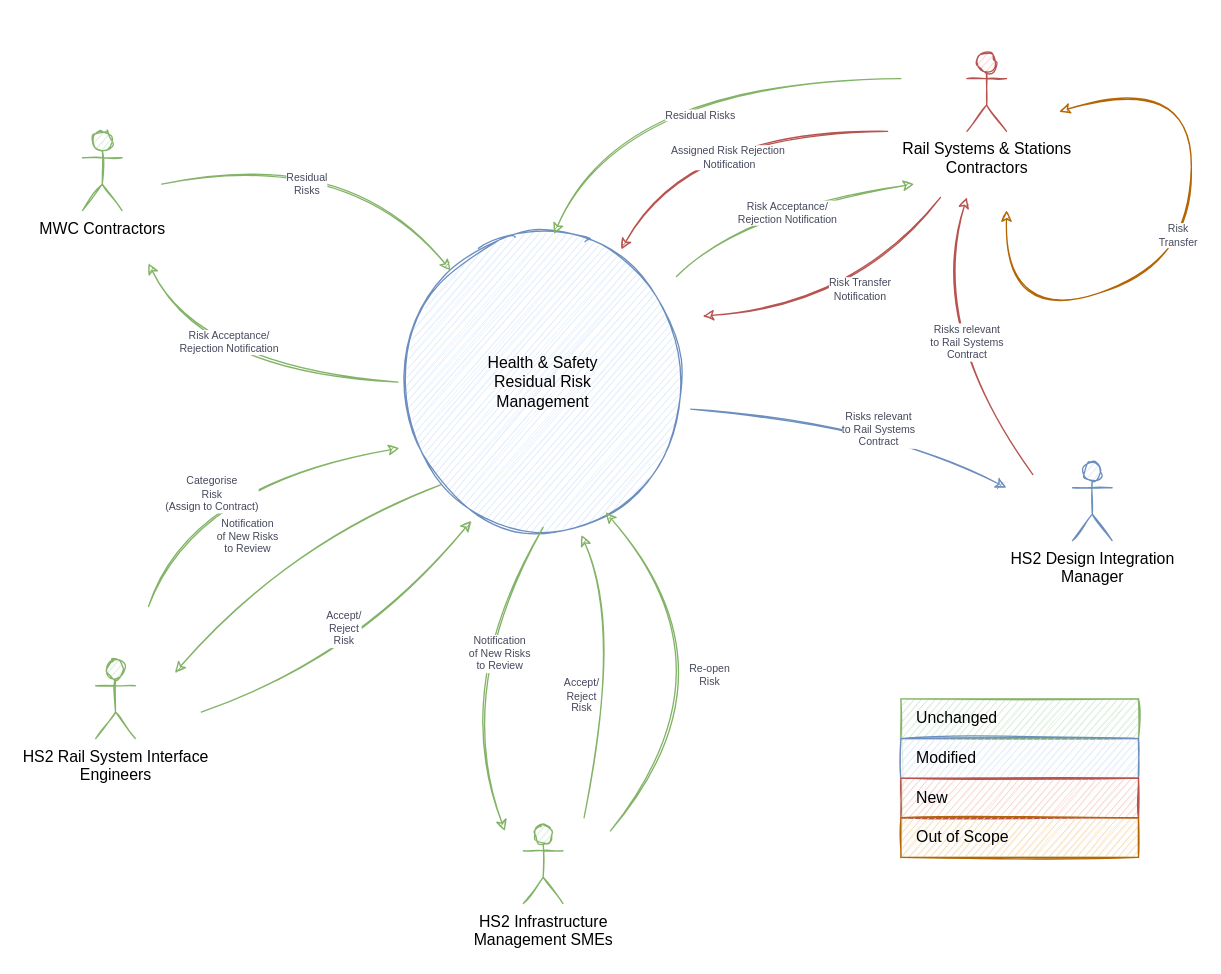
Above: page "Context Diagram - phase #2" (2 of 11) of P639 Diagrams.drawio in martinlt/reference (draw.io), before the change. Source tidied: cells renumbered, new cells numbered last; positions are measured from the earlier drawing's top-left corner, leaving out a move shared by most shapes. Both pictures are drawn from the tidied source at 132%, with x=0, y=0 at pixel (82, 51).
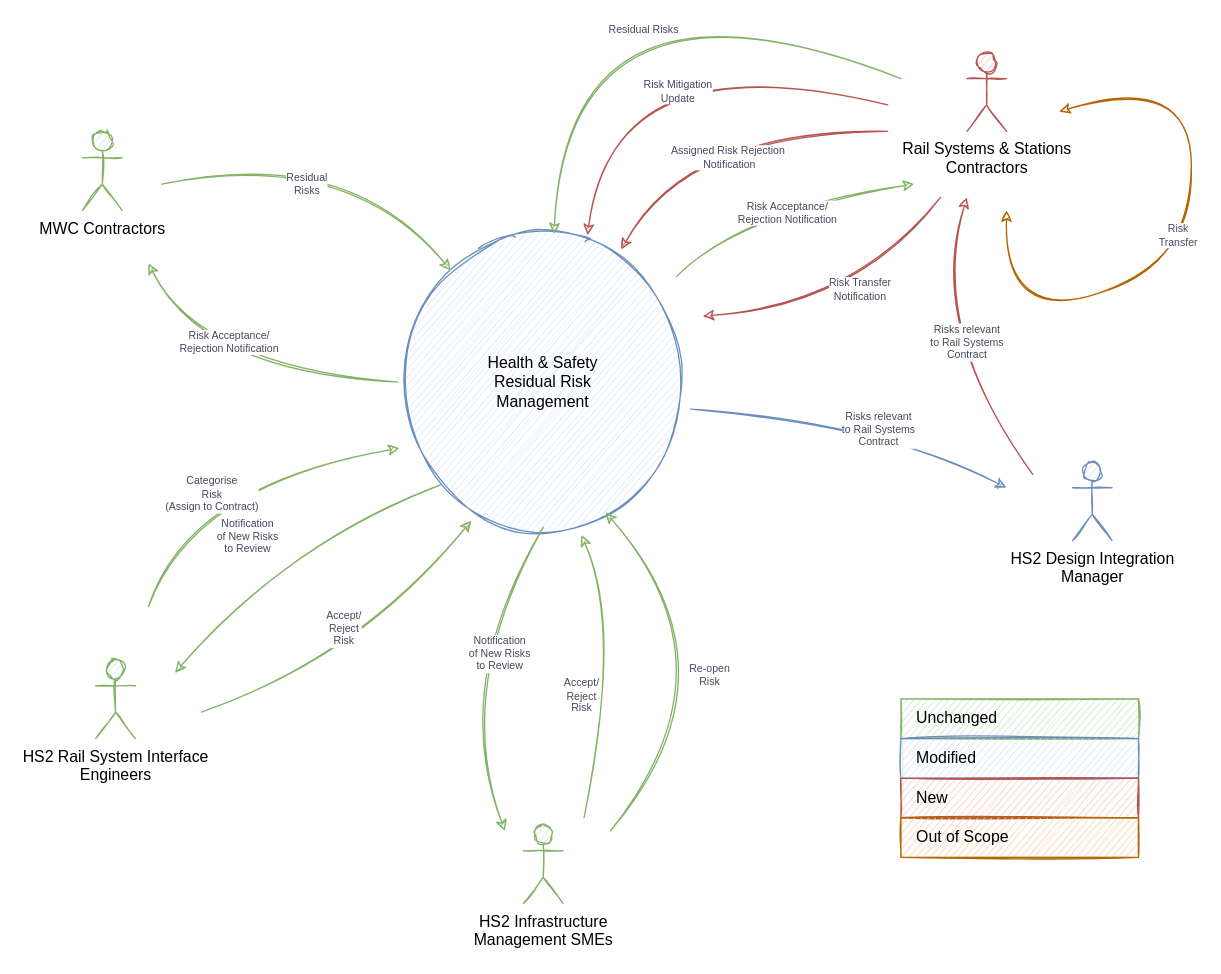
The same diagram, later.

The change refers to these unchanged cells:
```xml
<mxCell id="2" value="Health &amp;amp; Safety&lt;br&gt;Residual Risk &lt;br&gt;Management&lt;br&gt;" style="ellipse;whiteSpace=wrap;html=1;sketch=1;fillColor=#dae8fc;strokeColor=#6c8ebf;" parent="1" vertex="1">
  <mxGeometry x="239" y="140" width="220" height="220" as="geometry" />
</mxCell>
```

What changed in the source:
```diff
@@
     <mxCell id="22" value="&lt;div&gt;Residual Risks&lt;br&gt;&lt;/div&gt;" style="curved=1;endArrow=classic;html=1;rounded=0;sketch=1;strokeColor=#82b366;fontColor=#46495D;fontSize=8;entryX=0.537;entryY=-0.01;entryDx=0;entryDy=0;entryPerimeter=0;fillColor=#d5e8d4;" parent="1" edge="1" target="2">
-      <mxGeometry x="-0.11" y="28" relative="1" as="geometry">
+      <mxGeometry x="-0.2" y="38" relative="1" as="geometry">
         <mxPoint x="620" y="20" as="sourcePoint" />
         <Array as="points">
-          <mxPoint x="410" y="20" />
+          <mxPoint x="370" y="-80" />
         </Array>
-        <mxPoint x="-1" as="offset" />
       </mxGeometry>
     </mxCell>
@@
+    <mxCell id="28" value="Risk Mitigation&lt;div&gt;Update&lt;/div&gt;" style="curved=1;endArrow=classic;html=1;rounded=0;sketch=1;strokeColor=#b85450;fontColor=#46495D;fontSize=8;startArrow=none;startFill=0;fillColor=#f8cecc;entryX=0.653;entryY=-0.006;entryDx=0;entryDy=0;entryPerimeter=0;" parent="1" edge="1" target="2">
+      <mxGeometry x="-0.14" y="27" relative="1" as="geometry">
+        <mxPoint x="610" y="40" as="sourcePoint" />
+        <Array as="points">
+          <mxPoint x="400" y="-10" />
+        </Array>
+      </mxGeometry>
+    </mxCell>
```
